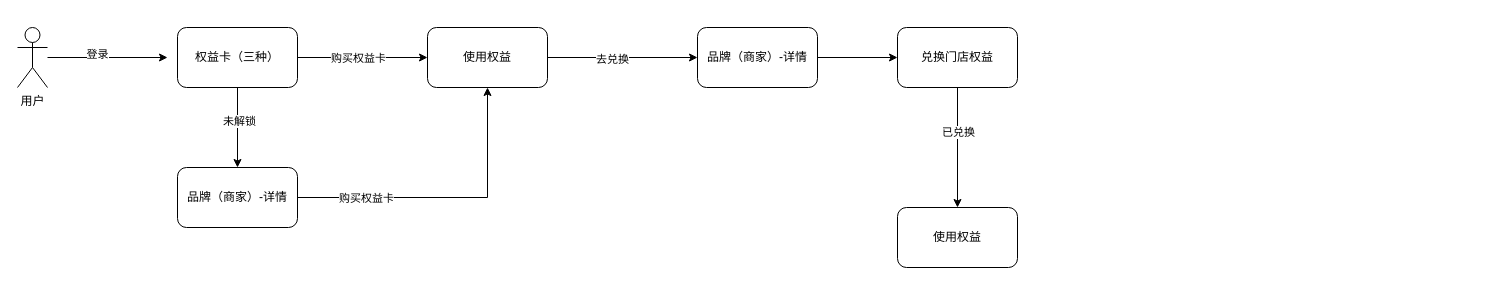
Before: 婚奢汇业务流程图/装修权益.drawio in YYB1024/myRemoteRepo, a draw.io diagram. Source tidied: cells renumbered, new cells numbered last; positions are measured from the earlier drawing's top-left corner, leaving out a move shared by most shapes. Both pictures are drawn from the tidied source at 100%, with x=0, y=0 at pixel (17, 27).
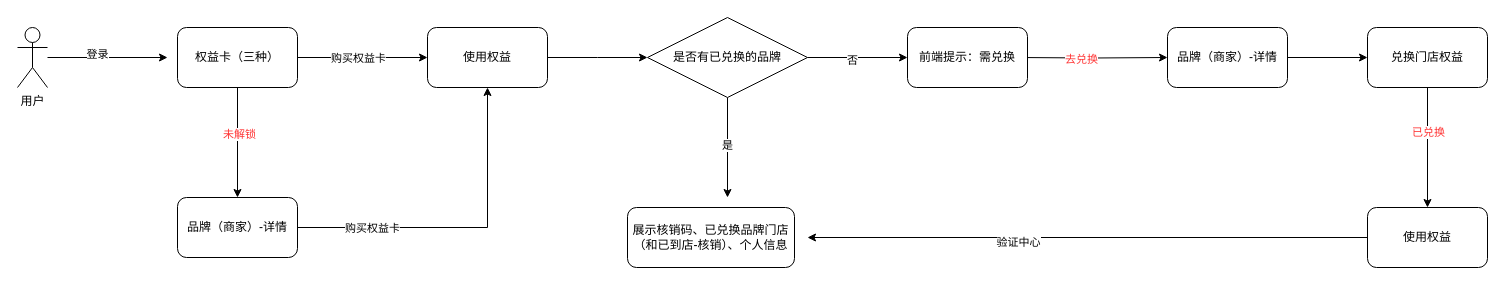
The same diagram, later.

Commit message (it also covers changes not shown here):
更新装修权益.drawio

Unchanged cells that the change refers to:
```xml
<mxCell id="7" style="edgeStyle=orthogonalEdgeStyle;rounded=0;jettySize=auto;html=1;" parent="1" edge="1" source="9" target="15">
  <mxGeometry relative="1" as="geometry" />
</mxCell>
<mxCell id="12" value="使用权益" style="whiteSpace=wrap;html=1;rounded=1;" parent="1" vertex="1">
  <mxGeometry x="410" width="120" height="60" as="geometry" />
</mxCell>
<mxCell id="18" style="edgeStyle=orthogonalEdgeStyle;rounded=0;jettySize=auto;html=1;" parent="1" edge="1" source="20" target="21">
  <mxGeometry relative="1" as="geometry" />
</mxCell>
```

Diff of the diagram source:
```diff
@@
-    <mxCell id="8" value="未解锁" style="edgeLabel;html=1;align=center;verticalAlign=middle;" parent="7" vertex="1">
+    <mxCell id="8" value="&lt;font color=&quot;#ff3333&quot;&gt;未解锁&lt;/font&gt;" style="edgeLabel;html=1;align=center;verticalAlign=middle;" parent="7" vertex="1">
       <mxGeometry x="-0.17" relative="1" as="geometry">
         <mxPoint x="1" as="offset" />
       </mxGeometry>
     </mxCell>
@@
-    <mxCell id="10" style="edgeStyle=orthogonalEdgeStyle;rounded=0;jettySize=auto;html=1;" parent="1" edge="1" source="12" target="17">
-      <mxGeometry relative="1" as="geometry" />
+    <mxCell id="10" style="edgeStyle=orthogonalEdgeStyle;rounded=0;jettySize=auto;html=1;" parent="1" edge="1" target="17">
+      <mxGeometry relative="1" as="geometry">
+        <mxPoint x="1000" y="30" as="sourcePoint" />
+      </mxGeometry>
     </mxCell>
-    <mxCell id="11" value="去兑换" style="edgeLabel;html=1;align=center;verticalAlign=middle;" parent="10" vertex="1">
+    <mxCell id="11" value="&lt;font color=&quot;#ff3333&quot;&gt;去兑换&lt;/font&gt;" style="edgeLabel;html=1;align=center;verticalAlign=middle;" parent="10" vertex="1">
       <mxGeometry x="-0.15" y="-1" relative="1" as="geometry" />
     </mxCell>
+    <mxCell id="22" style="edgeStyle=orthogonalEdgeStyle;rounded=0;jettySize=auto;html=1;" parent="1" edge="1" source="12">
+      <mxGeometry relative="1" as="geometry">
+        <mxPoint x="630" y="30" as="targetPoint" />
+      </mxGeometry>
+    </mxCell>
@@
     <mxCell id="15" value="品牌（商家）-详情" style="whiteSpace=wrap;html=1;rounded=1;" parent="1" vertex="1">
-      <mxGeometry x="160" y="140" width="120" height="60" as="geometry" />
+      <mxGeometry x="160" y="170" width="120" height="60" as="geometry" />
     </mxCell>
@@
     <mxCell id="17" value="品牌（商家）-详情" style="whiteSpace=wrap;html=1;rounded=1;" parent="1" vertex="1">
-      <mxGeometry x="680" width="120" height="60" as="geometry" />
+      <mxGeometry x="1150" width="120" height="60" as="geometry" />
     </mxCell>
@@
-    <mxCell id="19" value="已兑换" style="edgeLabel;html=1;align=center;verticalAlign=middle;" parent="18" vertex="1">
+    <mxCell id="19" value="&lt;font color=&quot;#ff3333&quot;&gt;已兑换&lt;/font&gt;" style="edgeLabel;html=1;align=center;verticalAlign=middle;" parent="18" vertex="1">
       <mxGeometry x="-0.27" relative="1" as="geometry" />
     </mxCell>
     <mxCell id="20" value="兑换门店权益" style="whiteSpace=wrap;html=1;rounded=1;" parent="1" vertex="1">
-      <mxGeometry x="880" width="120" height="60" as="geometry" />
+      <mxGeometry x="1350" width="120" height="60" as="geometry" />
     </mxCell>
+    <mxCell id="23" style="edgeStyle=orthogonalEdgeStyle;rounded=0;jettySize=auto;html=1;" parent="1" edge="1" source="21">
+      <mxGeometry relative="1" as="geometry">
+        <mxPoint x="790" y="210" as="targetPoint" />
+      </mxGeometry>
+    </mxCell>
+    <mxCell id="24" value="验证中心" style="edgeLabel;html=1;align=center;verticalAlign=middle;" parent="23" vertex="1">
+      <mxGeometry x="0.25" y="4" relative="1" as="geometry" />
+    </mxCell>
     <mxCell id="21" value="使用权益" style="whiteSpace=wrap;html=1;rounded=1;" parent="1" vertex="1">
-      <mxGeometry x="880" y="180" width="120" height="60" as="geometry" />
+      <mxGeometry x="1350" y="180" width="120" height="60" as="geometry" />
     </mxCell>
+    <mxCell id="25" style="edgeStyle=orthogonalEdgeStyle;rounded=0;jettySize=auto;html=1;" parent="1" edge="1" source="29">
+      <mxGeometry relative="1" as="geometry">
+        <mxPoint x="710" y="170" as="targetPoint" />
+      </mxGeometry>
+    </mxCell>
+    <mxCell id="26" value="是" style="edgeLabel;html=1;align=center;verticalAlign=middle;" parent="25" vertex="1">
+      <mxGeometry x="-0.08" y="-1" relative="1" as="geometry">
+        <mxPoint y="1" as="offset" />
+      </mxGeometry>
+    </mxCell>
+    <mxCell id="27" style="edgeStyle=orthogonalEdgeStyle;rounded=0;jettySize=auto;html=1;" parent="1" edge="1" source="29">
+      <mxGeometry relative="1" as="geometry">
+        <mxPoint x="890" y="30" as="targetPoint" />
+      </mxGeometry>
+    </mxCell>
+    <mxCell id="28" value="否" style="edgeLabel;html=1;align=center;verticalAlign=middle;" parent="27" vertex="1">
+      <mxGeometry x="-0.12" y="-1" relative="1" as="geometry">
+        <mxPoint y="1" as="offset" />
+      </mxGeometry>
+    </mxCell>
+    <mxCell id="29" value="是否有已兑换的品牌" style="rhombus;whiteSpace=wrap;html=1;" parent="1" vertex="1">
+      <mxGeometry x="630" y="-10" width="160" height="80" as="geometry" />
+    </mxCell>
+    <mxCell id="30" value="前端提示：需兑换" style="rounded=1;whiteSpace=wrap;html=1;" parent="1" vertex="1">
+      <mxGeometry x="890" width="120" height="60" as="geometry" />
+    </mxCell>
+    <mxCell id="31" value="展示核销码、已兑换品牌门店（和已到店-核销）、个人信息" style="rounded=1;whiteSpace=wrap;html=1;" parent="1" vertex="1">
+      <mxGeometry x="610" y="180" width="167" height="60" as="geometry" />
+    </mxCell>
```
